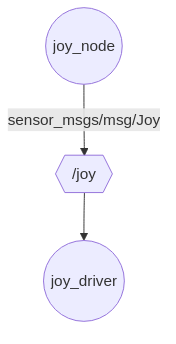
lazytatzv/rustacean_roborescue keeps this Mermaid diagram as main_ws/topology.png. Above is the earlier version. Its source is kept beside it as main_ws/topology.mmd.
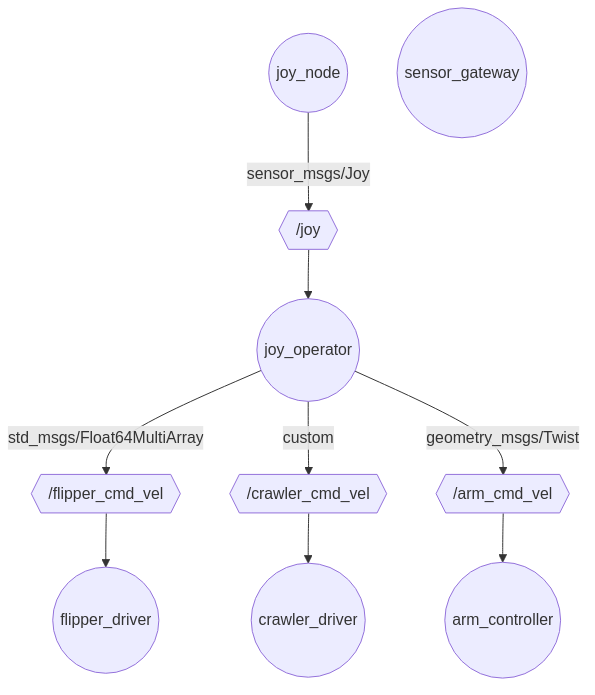
The same file after the commit.

The edit, as a diff of the source:
```diff
@@ -1,8 +1,23 @@
 graph TD
   joy_node((joy_node))
-  joy_driver((joy_driver))
+  joy_operator((joy_operator))
+  crawler_driver((crawler_driver))
+  flipper_driver((flipper_driver))
+  arm_controller((arm_controller))
+  sensor_gateway((sensor_gateway))
 
   /joy{{/joy}}
+  /flipper_cmd_vel{{/flipper_cmd_vel}}
+  /crawler_cmd_vel{{/crawler_cmd_vel}}
+  /arm_cmd_vel{{/arm_cmd_vel}}
 
-  joy_node -->|sensor_msgs/msg/Joy| /joy
-  /joy --> joy_driver
+  joy_node -->|sensor_msgs/Joy| /joy
+  /joy --> joy_operator
+
+  joy_operator -->|std_msgs/Float64MultiArray| /flipper_cmd_vel
+  joy_operator -->|custom| /crawler_cmd_vel
+  joy_operator -->|geometry_msgs/Twist| /arm_cmd_vel
+
+  /crawler_cmd_vel --> crawler_driver
+  /flipper_cmd_vel --> flipper_driver
+  /arm_cmd_vel --> arm_controller
```
